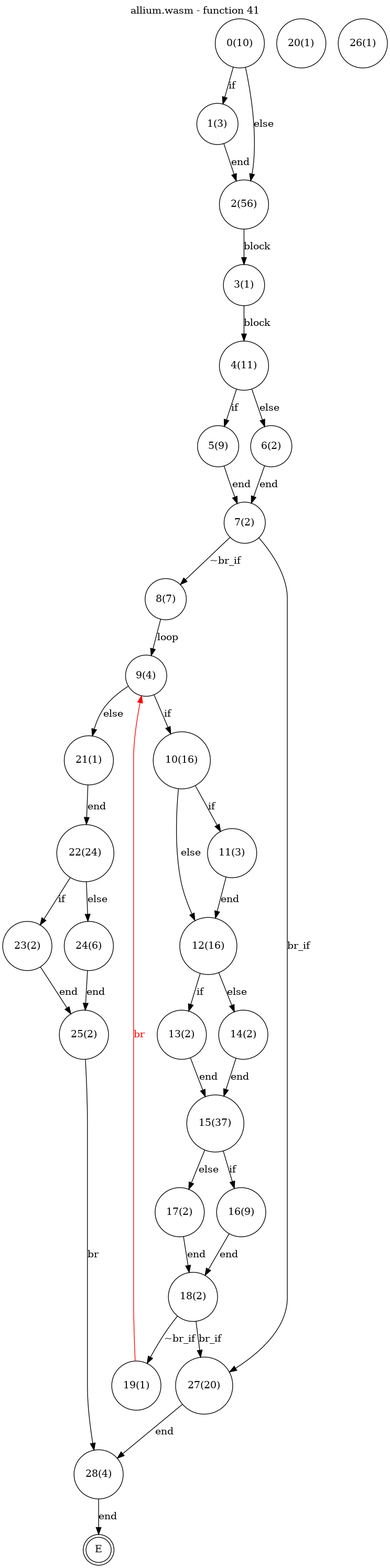
This is test_cases/allium/funcs/allium-func41.png from jsCarleton/wanalyze, a Graphviz export, as it was before one commit. Its source is kept beside it as test_cases/allium/funcs/allium-func41.dot.
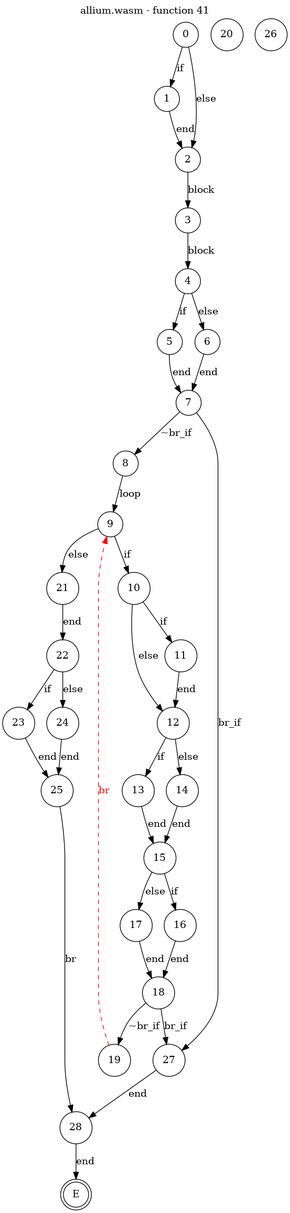
After the commit.

The edit, as a diff of the source:
```diff
@@ -5,35 +5,35 @@
     labelfontcolor = black
     labelfontname = "Helvetica"
     node [shape = doublecircle]; E ;
-node [shape=circle, fontcolor=black, style="", label="0(10)"]0
-node [shape=circle, fontcolor=black, style="", label="1(3)"]1
-node [shape=circle, fontcolor=black, style="", label="2(56)"]2
-node [shape=circle, fontcolor=black, style="", label="3(1)"]3
-node [shape=circle, fontcolor=black, style="", label="4(11)"]4
-node [shape=circle, fontcolor=black, style="", label="5(9)"]5
-node [shape=circle, fontcolor=black, style="", label="6(2)"]6
-node [shape=circle, fontcolor=black, style="", label="7(2)"]7
-node [shape=circle, fontcolor=black, style="", label="8(7)"]8
-node [shape=circle, fontcolor=black, style="", label="9(4)"]9
-node [shape=circle, fontcolor=black, style="", label="10(16)"]10
-node [shape=circle, fontcolor=black, style="", label="11(3)"]11
-node [shape=circle, fontcolor=black, style="", label="12(16)"]12
-node [shape=circle, fontcolor=black, style="", label="13(2)"]13
-node [shape=circle, fontcolor=black, style="", label="14(2)"]14
-node [shape=circle, fontcolor=black, style="", label="15(37)"]15
-node [shape=circle, fontcolor=black, style="", label="16(9)"]16
-node [shape=circle, fontcolor=black, style="", label="17(2)"]17
-node [shape=circle, fontcolor=black, style="", label="18(2)"]18
-node [shape=circle, fontcolor=black, style="", label="19(1)"]19
-node [shape=circle, fontcolor=black, style="", label="20(1)"]20
-node [shape=circle, fontcolor=black, style="", label="21(1)"]21
-node [shape=circle, fontcolor=black, style="", label="22(24)"]22
-node [shape=circle, fontcolor=black, style="", label="23(2)"]23
-node [shape=circle, fontcolor=black, style="", label="24(6)"]24
-node [shape=circle, fontcolor=black, style="", label="25(2)"]25
-node [shape=circle, fontcolor=black, style="", label="26(1)"]26
-node [shape=circle, fontcolor=black, style="", label="27(20)"]27
-node [shape=circle, fontcolor=black, style="", label="28(4)"]28
+node [shape=circle, fontcolor=black, style="", label="0"]0
+node [shape=circle, fontcolor=black, style="", label="1"]1
+node [shape=circle, fontcolor=black, style="", label="2"]2
+node [shape=circle, fontcolor=black, style="", label="3"]3
+node [shape=circle, fontcolor=black, style="", label="4"]4
+node [shape=circle, fontcolor=black, style="", label="5"]5
+node [shape=circle, fontcolor=black, style="", label="6"]6
+node [shape=circle, fontcolor=black, style="", label="7"]7
+node [shape=circle, fontcolor=black, style="", label="8"]8
+node [shape=circle, fontcolor=black, style="", label="9"]9
+node [shape=circle, fontcolor=black, style="", label="10"]10
+node [shape=circle, fontcolor=black, style="", label="11"]11
+node [shape=circle, fontcolor=black, style="", label="12"]12
+node [shape=circle, fontcolor=black, style="", label="13"]13
+node [shape=circle, fontcolor=black, style="", label="14"]14
+node [shape=circle, fontcolor=black, style="", label="15"]15
+node [shape=circle, fontcolor=black, style="", label="16"]16
+node [shape=circle, fontcolor=black, style="", label="17"]17
+node [shape=circle, fontcolor=black, style="", label="18"]18
+node [shape=circle, fontcolor=black, style="", label="19"]19
+node [shape=circle, fontcolor=black, style="", label="20"]20
+node [shape=circle, fontcolor=black, style="", label="21"]21
+node [shape=circle, fontcolor=black, style="", label="22"]22
+node [shape=circle, fontcolor=black, style="", label="23"]23
+node [shape=circle, fontcolor=black, style="", label="24"]24
+node [shape=circle, fontcolor=black, style="", label="25"]25
+node [shape=circle, fontcolor=black, style="", label="26"]26
+node [shape=circle, fontcolor=black, style="", label="27"]27
+node [shape=circle, fontcolor=black, style="", label="28"]28
 node [shape=circle, fontcolor=black, style="", label="E"]E
     0 -> 1[label="if"];
     0 -> 2[label="else"];
@@ -62,7 +62,7 @@
     17 -> 18[label="end"];
     18 -> 19[label="~br_if"];
     18 -> 27[label="br_if"];
-    19 -> 9[color="red" fontcolor="red" label="br"];
+    19 -> 9[style="dashed" color="red" fontcolor="red" label="br"];
     21 -> 22[label="end"];
     22 -> 23[label="if"];
     22 -> 24[label="else"];
```
